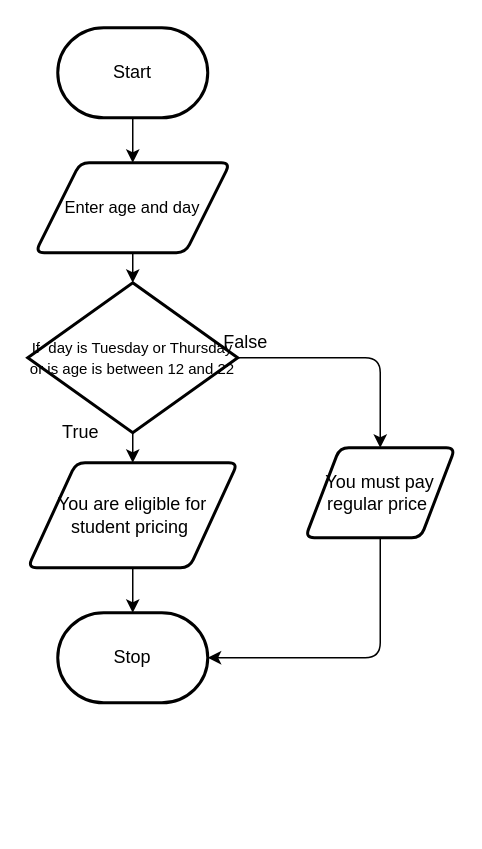
Earlier version of the draw.io diagram design/flowchart.drawio (Johanna-liu16/ICS2O-Unit-5-04-JS). Source tidied: cells renumbered, new cells numbered last; positions are measured from the earlier drawing's top-left corner, leaving out a move shared by most shapes. Both pictures are drawn from the tidied source at 150%, with x=0, y=0 at pixel (27, 27).
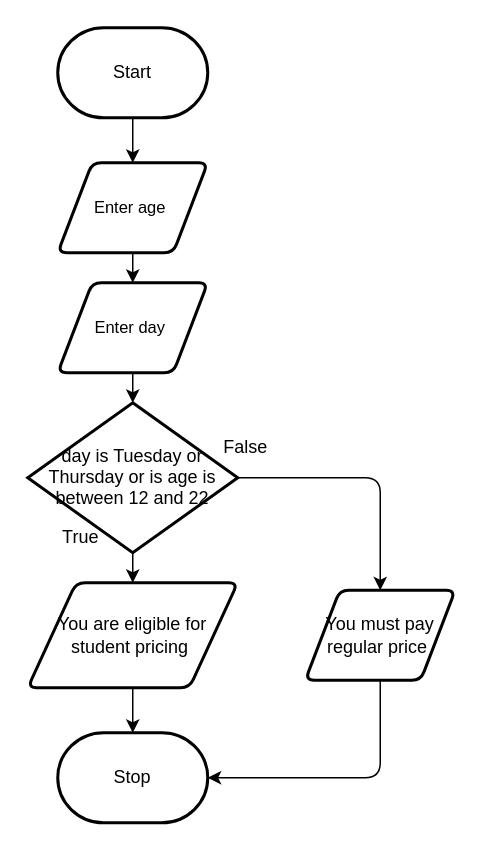
The same page after the edit.

Change to the diagram source:
```diff
@@
-    <mxCell id="4" style="edgeStyle=none;html=1;exitX=0.5;exitY=1;exitDx=0;exitDy=0;fontSize=12;" parent="1" edge="1" source="5" target="11">
+    <mxCell id="4" style="edgeStyle=none;html=1;exitX=0.5;exitY=1;exitDx=0;exitDy=0;fontSize=12;entryX=0.5;entryY=0;entryDx=0;entryDy=0;" parent="1" edge="1" source="5" target="17">
       <mxGeometry relative="1" as="geometry" />
     </mxCell>
-    <mxCell id="5" value="&lt;font style=&quot;font-size: 11px&quot;&gt;Enter age and day&lt;/font&gt;" style="shape=parallelogram;html=1;strokeWidth=2;perimeter=parallelogramPerimeter;whiteSpace=wrap;rounded=1;arcSize=12;size=0.23;" parent="1" vertex="1">
-      <mxGeometry x="5" y="90" width="130" height="60" as="geometry" />
+    <mxCell id="5" value="&lt;font style=&quot;font-size: 11px&quot;&gt;Enter age&amp;nbsp;&lt;/font&gt;" style="shape=parallelogram;html=1;strokeWidth=2;perimeter=parallelogramPerimeter;whiteSpace=wrap;rounded=1;arcSize=12;size=0.23;" parent="1" vertex="1">
+      <mxGeometry x="20" y="90" width="100" height="60" as="geometry" />
     </mxCell>
@@
     <mxCell id="7" value="&lt;div&gt;&lt;span style=&quot;line-height: 0.4&quot;&gt;&lt;font style=&quot;font-size: 12px&quot;&gt;You are eligible for student pricing&amp;nbsp;&lt;/font&gt;&lt;/span&gt;&lt;/div&gt;" style="shape=parallelogram;html=1;strokeWidth=2;perimeter=parallelogramPerimeter;whiteSpace=wrap;rounded=1;arcSize=12;size=0.23;align=center;" parent="1" vertex="1">
-      <mxGeometry y="290" width="140" height="70" as="geometry" />
+      <mxGeometry y="370" width="140" height="70" as="geometry" />
     </mxCell>
     <mxCell id="8" value="Stop" style="strokeWidth=2;html=1;shape=mxgraph.flowchart.terminator;whiteSpace=wrap;" parent="1" vertex="1">
-      <mxGeometry x="20" y="390" width="100" height="60" as="geometry" />
+      <mxGeometry x="20" y="470" width="100" height="60" as="geometry" />
     </mxCell>
@@
     <mxCell id="10" style="edgeStyle=none;html=1;fontSize=12;entryX=0.5;entryY=0;entryDx=0;entryDy=0;" parent="1" edge="1" source="11" target="13">
       <mxGeometry relative="1" as="geometry">
         <Array as="points">
-          <mxPoint x="235" y="220" />
+          <mxPoint x="235" y="300" />
         </Array>
       </mxGeometry>
     </mxCell>
-    <mxCell id="11" value="&lt;font style=&quot;font-size: 10px&quot;&gt;If&amp;nbsp; day is Tuesday or Thursday or is age is between 12 and 22&lt;/font&gt;" style="strokeWidth=2;html=1;shape=mxgraph.flowchart.decision;whiteSpace=wrap;fontSize=11;" parent="1" vertex="1">
-      <mxGeometry y="170" width="140" height="100" as="geometry" />
+    <mxCell id="11" value="&lt;font&gt;&lt;br&gt;&lt;font style=&quot;font-size: 12px&quot;&gt;day is Tuesday or Thursday or is age is between 12 and 22&lt;/font&gt;&lt;/font&gt;" style="strokeWidth=2;html=1;shape=mxgraph.flowchart.decision;whiteSpace=wrap;fontSize=11;spacingTop=-15;" parent="1" vertex="1">
+      <mxGeometry y="250" width="140" height="100" as="geometry" />
     </mxCell>
     <mxCell id="12" style="edgeStyle=none;html=1;exitX=0.5;exitY=1;exitDx=0;exitDy=0;fontSize=12;entryX=1;entryY=0.5;entryDx=0;entryDy=0;entryPerimeter=0;" parent="1" edge="1" source="13" target="8">
       <mxGeometry relative="1" as="geometry">
         <Array as="points">
-          <mxPoint x="235" y="420" />
+          <mxPoint x="235" y="500" />
         </Array>
       </mxGeometry>
     </mxCell>
     <mxCell id="13" value="You must pay regular price&amp;nbsp;" style="shape=parallelogram;html=1;strokeWidth=2;perimeter=parallelogramPerimeter;whiteSpace=wrap;rounded=1;arcSize=12;size=0.23;fontSize=12;" parent="1" vertex="1">
-      <mxGeometry x="185" y="280" width="100" height="60" as="geometry" />
+      <mxGeometry x="185" y="375" width="100" height="60" as="geometry" />
     </mxCell>
     <mxCell id="14" value="True" style="text;html=1;align=center;verticalAlign=middle;strokeColor=none;fillColor=none;fontSize=12;" parent="1" vertex="1">
-      <mxGeometry x="15" y="260" width="40" height="20" as="geometry" />
+      <mxGeometry x="15" y="330" width="40" height="20" as="geometry" />
     </mxCell>
     <mxCell id="15" value="False" style="text;html=1;align=center;verticalAlign=middle;strokeColor=none;fillColor=none;fontSize=12;" parent="1" vertex="1">
-      <mxGeometry x="120" y="200" width="50" height="20" as="geometry" />
+      <mxGeometry x="120" y="270" width="50" height="20" as="geometry" />
     </mxCell>
+    <mxCell id="16" style="edgeStyle=none;html=1;exitX=0.5;exitY=1;exitDx=0;exitDy=0;entryX=0.5;entryY=0;entryDx=0;entryDy=0;entryPerimeter=0;" parent="1" edge="1" source="17" target="11">
+      <mxGeometry relative="1" as="geometry" />
+    </mxCell>
+    <mxCell id="17" value="&lt;font style=&quot;font-size: 11px&quot;&gt;Enter day&amp;nbsp;&lt;/font&gt;" style="shape=parallelogram;html=1;strokeWidth=2;perimeter=parallelogramPerimeter;whiteSpace=wrap;rounded=1;arcSize=12;size=0.23;" parent="1" vertex="1">
+      <mxGeometry x="20" y="170" width="100" height="60" as="geometry" />
+    </mxCell>
```
